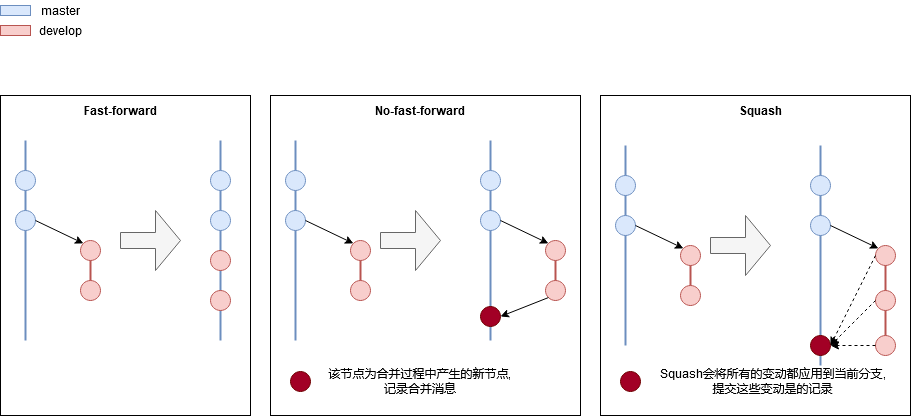
alreadytakenn/images keeps this draw.io diagram as gitBranchModel/waysofMerge.png. Above is the earlier version. Source tidied: cells renumbered, new cells last; positions are measured from the earlier drawing's top-left corner, leaving out a move shared by most shapes.
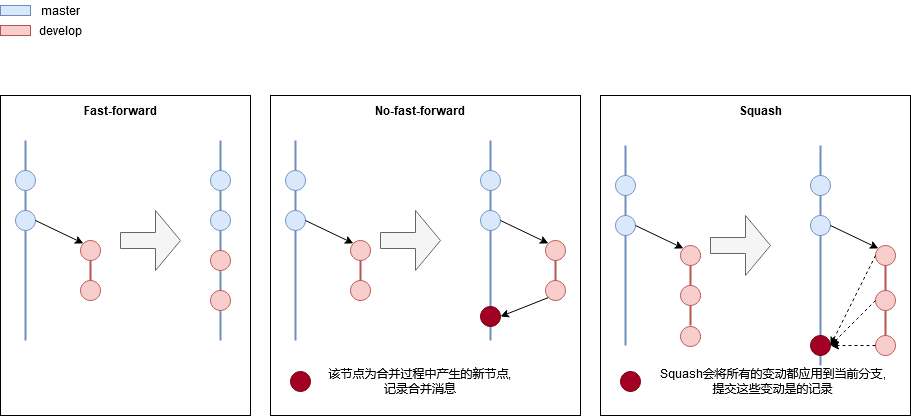
The same file after the commit.

What changed in the source:
```diff
@@ -101,7 +101,7 @@
       <mxGeometry relative="1" as="geometry" />
     </mxCell>
     <mxCell id="34" style="line;strokeWidth=2;direction=south;html=1;fillColor=#f8cecc;strokeColor=#b85450;" parent="1" vertex="1">
-      <mxGeometry x="685" y="255" width="10" height="50" as="geometry" />
+      <mxGeometry x="685" y="255" width="10" height="70" as="geometry" />
     </mxCell>
     <mxCell id="35" style="rounded=0;whiteSpace=wrap;html=1;fillColor=none;" parent="1" vertex="1">
       <mxGeometry x="600" y="95" width="310" height="320" as="geometry" />
@@ -202,5 +202,8 @@
     <mxCell id="65" value="&lt;div&gt;Squash会将所有的变动都应用到当前分支,&lt;/div&gt;&lt;div&gt;提交这些变动是的记录&lt;br&gt;&lt;/div&gt;" style="text;html=1;strokeColor=none;fillColor=none;align=center;verticalAlign=middle;whiteSpace=wrap;rounded=0;" parent="1" vertex="1">
       <mxGeometry x="655" y="371" width="235" height="20" as="geometry" />
     </mxCell>
+    <mxCell id="66" style="ellipse;whiteSpace=wrap;html=1;fillColor=#f8cecc;strokeColor=#b85450;" parent="1" vertex="1">
+      <mxGeometry x="680" y="326" width="20" height="20" as="geometry" />
+    </mxCell>
   </root>
 </mxGraphModel>
```
